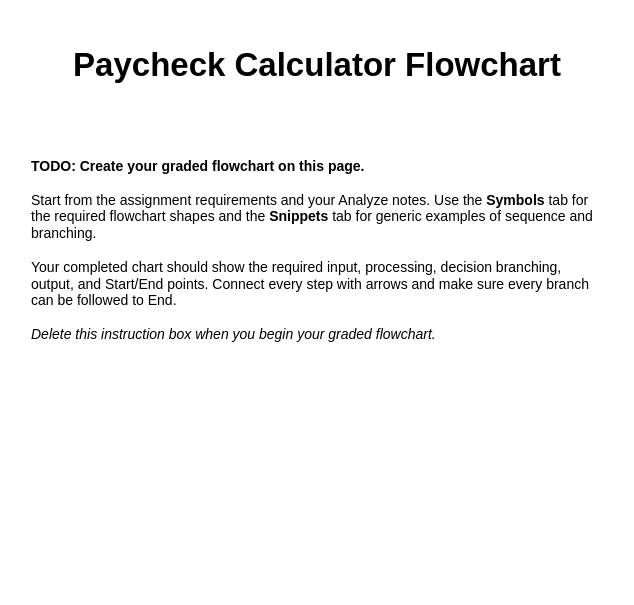
Above: page "Paycheck Calculator" (1 of 5) of design/paycheck_calculator.drawio in Ryanjpfire/it140-m3-assignment (draw.io), before the change. Source tidied: cells renumbered, new cells numbered last; positions are measured from the earlier drawing's top-left corner, leaving out a move shared by most shapes. Both pictures are drawn from the tidied source at 100%, with x=0, y=0 at pixel (17, 29).
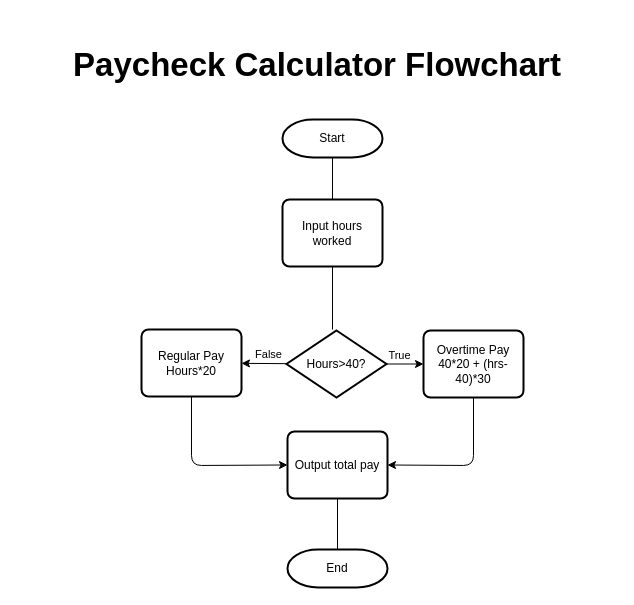
After the change.

Commit message (it also covers changes not shown here):
Save Module Three assignment progress

Diff of the diagram source:
```diff
@@
-    <mxCell id="3" value="&lt;b&gt;TODO: Create your graded flowchart on this page.&lt;/b&gt;&lt;br&gt;&lt;br&gt;Start from the assignment requirements and your Analyze notes. Use the &lt;b&gt;Symbols&lt;/b&gt; tab for the required flowchart shapes and the &lt;b&gt;Snippets&lt;/b&gt; tab for generic examples of sequence and branching.&lt;br&gt;&lt;br&gt;Your completed chart should show the required input, processing, decision branching, output, and Start/End points. Connect every step with arrows and make sure every branch can be followed to End.&lt;br&gt;&lt;br&gt;&lt;i&gt;Delete this instruction box when you begin your graded flowchart.&lt;/i&gt;" style="text;html=1;align=left;verticalAlign=top;whiteSpace=wrap;rounded=1;strokeWidth=1;spacing=14;fontSize=14;" parent="1" vertex="1">
-      <mxGeometry y="110" width="600" height="330" as="geometry" />
-    </mxCell>
+    <mxCell id="4" value="Start" style="strokeWidth=2;shape=mxgraph.flowchart.terminator;fontSize=12;whiteSpace=wrap;spacing=2;labelBackgroundColor=none;labelBorderColor=none;fontColor=default;html=1;" parent="1" vertex="1">
+      <mxGeometry x="265" y="90" width="100" height="38" as="geometry" />
+    </mxCell>
+    <mxCell id="5" style="endArrow=none;html=1;entryX=0.5;entryY=1;entryDx=0;entryDy=0;entryPerimeter=0;" parent="1" edge="1" target="4">
+      <mxGeometry relative="1" as="geometry">
+        <mxPoint x="315" y="170" as="sourcePoint" />
+      </mxGeometry>
+    </mxCell>
+    <mxCell id="6" value="Input hours worked" style="rounded=1;absoluteArcSize=1;arcSize=14;strokeWidth=2;fontSize=12;whiteSpace=wrap;spacing=2;labelBackgroundColor=none;labelBorderColor=none;fontColor=default;html=1;" parent="1" vertex="1">
+      <mxGeometry x="265" y="170" width="100" height="67" as="geometry" />
+    </mxCell>
+    <mxCell id="7" style="endArrow=none;html=1;entryX=0.5;entryY=1;entryDx=0;entryDy=0;exitX=0.5;exitY=0;exitDx=0;exitDy=0;exitPerimeter=0;" parent="1" edge="1" target="6">
+      <mxGeometry relative="1" as="geometry">
+        <mxPoint x="315" y="300" as="sourcePoint" />
+      </mxGeometry>
+    </mxCell>
+    <mxCell id="8" style="edgeStyle=none;html=1;entryX=0;entryY=0.5;entryDx=0;entryDy=0;" parent="1" edge="1" source="12" target="14">
+      <mxGeometry relative="1" as="geometry" />
+    </mxCell>
+    <mxCell id="9" value="True" style="edgeLabel;html=1;align=center;verticalAlign=middle;fontSize=11;" parent="8" vertex="1">
+      <mxGeometry x="-0.13" y="-2" relative="1" as="geometry">
+        <mxPoint x="-4" y="-11" as="offset" />
+      </mxGeometry>
+    </mxCell>
+    <mxCell id="10" style="edgeStyle=none;html=1;" parent="1" edge="1" source="12" target="16">
+      <mxGeometry relative="1" as="geometry" />
+    </mxCell>
+    <mxCell id="11" value="False" style="edgeLabel;html=1;align=center;verticalAlign=middle;fontSize=11;" parent="10" vertex="1">
+      <mxGeometry y="-2" relative="1" as="geometry">
+        <mxPoint x="4" y="-7" as="offset" />
+      </mxGeometry>
+    </mxCell>
+    <mxCell id="12" value="&lt;font style=&quot;font-size: 12px;&quot;&gt;Hours&amp;gt;40?&lt;/font&gt;" style="strokeWidth=2;html=1;shape=mxgraph.flowchart.decision;whiteSpace=wrap;fontSize=10;" parent="1" vertex="1">
+      <mxGeometry x="269" y="301" width="100" height="67" as="geometry" />
+    </mxCell>
+    <mxCell id="13" style="edgeStyle=none;html=1;exitX=0.5;exitY=1;exitDx=0;exitDy=0;entryX=1;entryY=0.5;entryDx=0;entryDy=0;" parent="1" edge="1" source="14" target="17">
+      <mxGeometry relative="1" as="geometry">
+        <Array as="points">
+          <mxPoint x="456" y="436" />
+        </Array>
+      </mxGeometry>
+    </mxCell>
+    <mxCell id="14" value="Overtime Pay&lt;div&gt;40*20 + (hrs-40)*30&lt;/div&gt;" style="rounded=1;absoluteArcSize=1;arcSize=14;strokeWidth=2;fontSize=12;whiteSpace=wrap;spacing=2;labelBackgroundColor=none;labelBorderColor=none;fontColor=default;html=1;" parent="1" vertex="1">
+      <mxGeometry x="406" y="301" width="100" height="67" as="geometry" />
+    </mxCell>
+    <mxCell id="15" style="edgeStyle=none;html=1;exitX=0.5;exitY=1;exitDx=0;exitDy=0;entryX=0;entryY=0.5;entryDx=0;entryDy=0;" parent="1" edge="1" source="16" target="17">
+      <mxGeometry relative="1" as="geometry">
+        <Array as="points">
+          <mxPoint x="174" y="436" />
+        </Array>
+      </mxGeometry>
+    </mxCell>
+    <mxCell id="16" value="Regular Pay&lt;div&gt;Hours*20&lt;/div&gt;" style="rounded=1;absoluteArcSize=1;arcSize=14;strokeWidth=2;fontSize=12;whiteSpace=wrap;spacing=2;labelBackgroundColor=none;labelBorderColor=none;fontColor=default;html=1;" parent="1" vertex="1">
+      <mxGeometry x="124" y="300" width="100" height="67" as="geometry" />
+    </mxCell>
+    <mxCell id="17" value="Output total pay" style="rounded=1;absoluteArcSize=1;arcSize=14;strokeWidth=2;fontSize=12;whiteSpace=wrap;spacing=2;labelBackgroundColor=none;labelBorderColor=none;fontColor=default;html=1;" parent="1" vertex="1">
+      <mxGeometry x="270" y="402" width="100" height="67" as="geometry" />
+    </mxCell>
+    <mxCell id="18" style="endArrow=none;html=1;entryX=0.5;entryY=1;entryDx=0;entryDy=0;" parent="1" edge="1" target="17">
+      <mxGeometry relative="1" as="geometry">
+        <mxPoint x="320" y="520" as="sourcePoint" />
+      </mxGeometry>
+    </mxCell>
+    <mxCell id="19" value="End" style="strokeWidth=2;shape=mxgraph.flowchart.terminator;fontSize=12;whiteSpace=wrap;spacing=2;labelBackgroundColor=none;labelBorderColor=none;fontColor=default;html=1;" parent="1" vertex="1">
+      <mxGeometry x="270" y="520" width="100" height="38" as="geometry" />
+    </mxCell>
```
